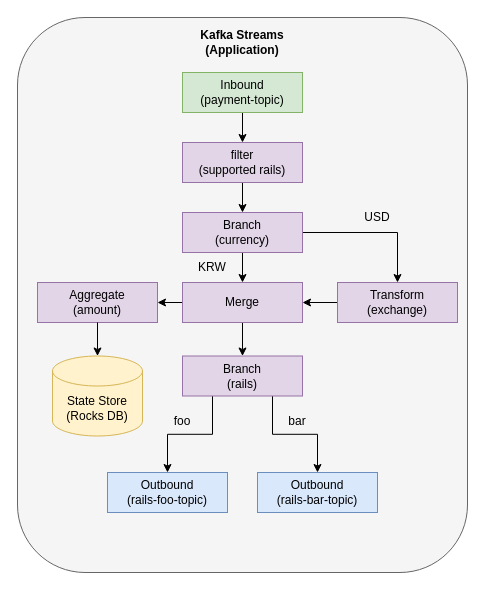
This is drawio/kafka/kafka-streams-spring-boot-4.drawio from windowforsun/blog, a draw.io file, before an edit. Source tidied: cells renumbered, new cells numbered last; positions are measured from the earlier drawing's top-left corner, leaving out a move shared by most shapes. Both pictures are drawn from the tidied source at 100%, with x=0, y=0 at pixel (17, 17).
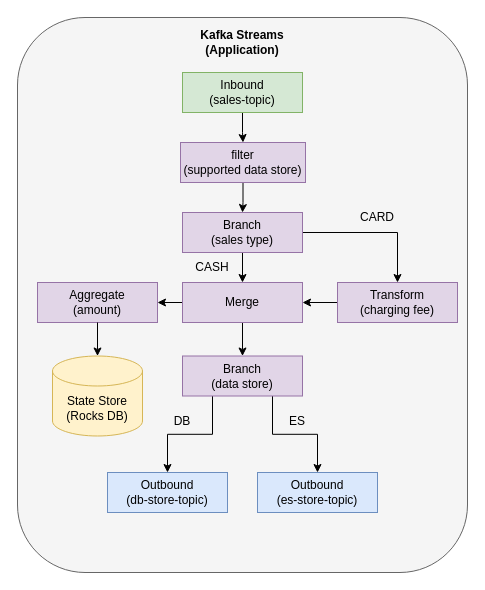
The same page after the edit.

What changed in the source:
```diff
@@
-    <mxCell id="4" value="Inbound&lt;div&gt;(payment-topic)&lt;/div&gt;" style="rounded=0;whiteSpace=wrap;html=1;fillColor=#d5e8d4;strokeColor=#82b366;" parent="1" vertex="1">
+    <mxCell id="4" value="Inbound&lt;div&gt;(sales-topic)&lt;/div&gt;" style="rounded=0;whiteSpace=wrap;html=1;fillColor=#d5e8d4;strokeColor=#82b366;" parent="1" vertex="1">
       <mxGeometry x="165" y="55" width="120" height="40" as="geometry" />
     </mxCell>
@@
-    <mxCell id="6" value="filter&lt;div&gt;(supported rails)&lt;/div&gt;" style="rounded=0;whiteSpace=wrap;html=1;fillColor=#e1d5e7;strokeColor=#9673a6;" parent="1" vertex="1">
-      <mxGeometry x="165" y="125" width="120" height="40" as="geometry" />
+    <mxCell id="6" value="filter&lt;div&gt;(supported data store)&lt;/div&gt;" style="rounded=0;whiteSpace=wrap;html=1;fillColor=#e1d5e7;strokeColor=#9673a6;" parent="1" vertex="1">
+      <mxGeometry x="163" y="125" width="125" height="40" as="geometry" />
     </mxCell>
@@
-    <mxCell id="10" value="Branch&lt;div&gt;(currency)&lt;/div&gt;" style="rounded=0;whiteSpace=wrap;html=1;fillColor=#e1d5e7;strokeColor=#9673a6;" parent="1" vertex="1">
+    <mxCell id="10" value="Branch&lt;div&gt;(sales type)&lt;/div&gt;" style="rounded=0;whiteSpace=wrap;html=1;fillColor=#e1d5e7;strokeColor=#9673a6;" parent="1" vertex="1">
       <mxGeometry x="165" y="195" width="120" height="40" as="geometry" />
     </mxCell>
@@
-    <mxCell id="15" value="Transform&lt;div&gt;(exchange)&lt;/div&gt;" style="rounded=0;whiteSpace=wrap;html=1;fillColor=#e1d5e7;strokeColor=#9673a6;" parent="1" vertex="1">
+    <mxCell id="15" value="Transform&lt;div&gt;(charging fee)&lt;/div&gt;" style="rounded=0;whiteSpace=wrap;html=1;fillColor=#e1d5e7;strokeColor=#9673a6;" parent="1" vertex="1">
       <mxGeometry x="320" y="265" width="120" height="40" as="geometry" />
     </mxCell>
@@
-    <mxCell id="18" value="Branch&lt;div&gt;(rails)&lt;/div&gt;" style="rounded=0;whiteSpace=wrap;html=1;fillColor=#e1d5e7;strokeColor=#9673a6;" parent="1" vertex="1">
+    <mxCell id="18" value="Branch&lt;div&gt;(data store)&lt;/div&gt;" style="rounded=0;whiteSpace=wrap;html=1;fillColor=#e1d5e7;strokeColor=#9673a6;" parent="1" vertex="1">
       <mxGeometry x="165" y="338.5" width="120" height="40" as="geometry" />
     </mxCell>
@@
-    <mxCell id="20" value="Outbound&lt;div&gt;(rails-foo-topic)&lt;/div&gt;" style="rounded=0;whiteSpace=wrap;html=1;fillColor=#dae8fc;strokeColor=#6c8ebf;" parent="1" vertex="1">
+    <mxCell id="20" value="Outbound&lt;div&gt;(db-store-topic)&lt;/div&gt;" style="rounded=0;whiteSpace=wrap;html=1;fillColor=#dae8fc;strokeColor=#6c8ebf;" parent="1" vertex="1">
       <mxGeometry x="90" y="455" width="120" height="40" as="geometry" />
     </mxCell>
@@
-    <mxCell id="22" value="Outbound&lt;div&gt;(rails-bar-topic)&lt;/div&gt;" style="rounded=0;whiteSpace=wrap;html=1;fillColor=#dae8fc;strokeColor=#6c8ebf;" parent="1" vertex="1">
+    <mxCell id="22" value="Outbound&lt;div&gt;(es-store-topic)&lt;/div&gt;" style="rounded=0;whiteSpace=wrap;html=1;fillColor=#dae8fc;strokeColor=#6c8ebf;" parent="1" vertex="1">
       <mxGeometry x="240" y="455" width="120" height="40" as="geometry" />
     </mxCell>
@@
-    <mxCell id="24" value="USD" style="text;html=1;align=center;verticalAlign=middle;whiteSpace=wrap;rounded=0;" parent="1" vertex="1">
+    <mxCell id="24" value="CARD" style="text;html=1;align=center;verticalAlign=middle;whiteSpace=wrap;rounded=0;" parent="1" vertex="1">
       <mxGeometry x="330" y="185" width="60" height="30" as="geometry" />
     </mxCell>
-    <mxCell id="25" value="KRW" style="text;html=1;align=center;verticalAlign=middle;whiteSpace=wrap;rounded=0;" parent="1" vertex="1">
+    <mxCell id="25" value="CASH" style="text;html=1;align=center;verticalAlign=middle;whiteSpace=wrap;rounded=0;" parent="1" vertex="1">
       <mxGeometry x="165" y="235" width="60" height="30" as="geometry" />
     </mxCell>
-    <mxCell id="26" value="foo" style="text;html=1;align=center;verticalAlign=middle;whiteSpace=wrap;rounded=0;" parent="1" vertex="1">
+    <mxCell id="26" value="DB" style="text;html=1;align=center;verticalAlign=middle;whiteSpace=wrap;rounded=0;" parent="1" vertex="1">
       <mxGeometry x="135" y="388.5" width="60" height="30" as="geometry" />
     </mxCell>
-    <mxCell id="27" value="bar" style="text;html=1;align=center;verticalAlign=middle;whiteSpace=wrap;rounded=0;" parent="1" vertex="1">
+    <mxCell id="27" value="ES" style="text;html=1;align=center;verticalAlign=middle;whiteSpace=wrap;rounded=0;" parent="1" vertex="1">
       <mxGeometry x="250" y="388.5" width="60" height="30" as="geometry" />
     </mxCell>
```
